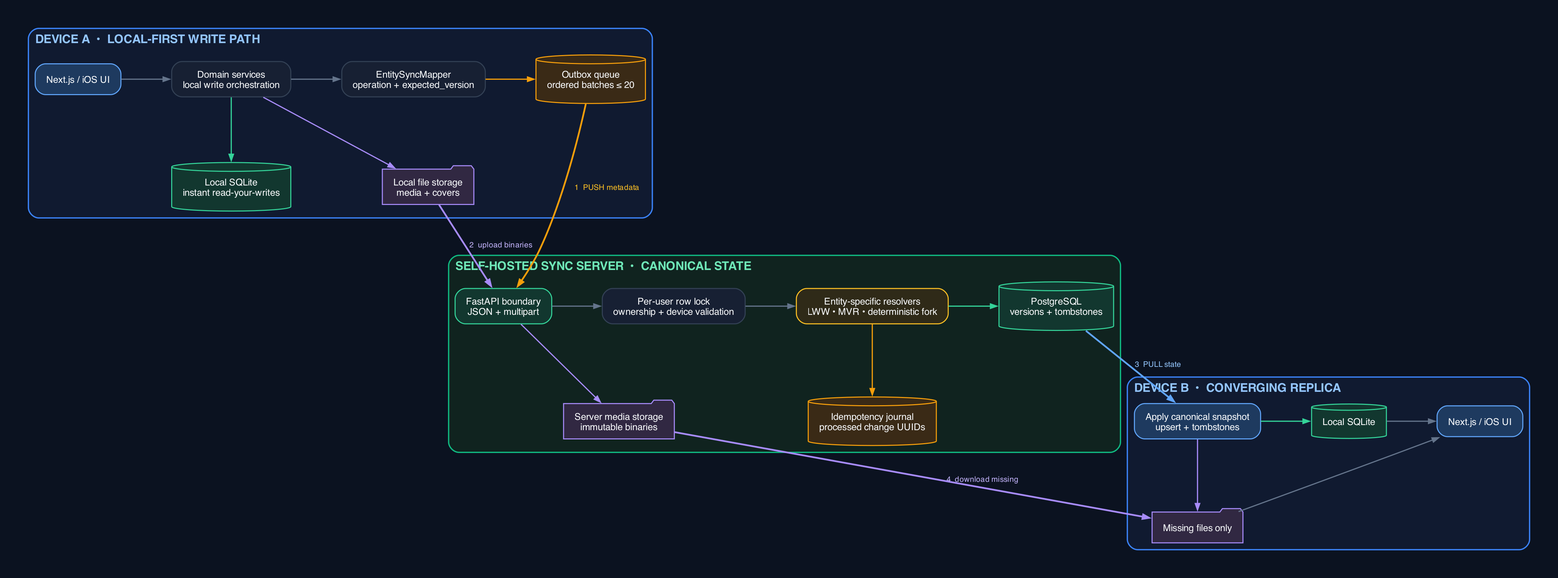
This is docs/architecture/continuum-sync-overview.png from danielsterzel/Continuum, a Graphviz export, as it was before one commit. Its source is kept beside it as docs/architecture/continuum-sync-overview.dot.
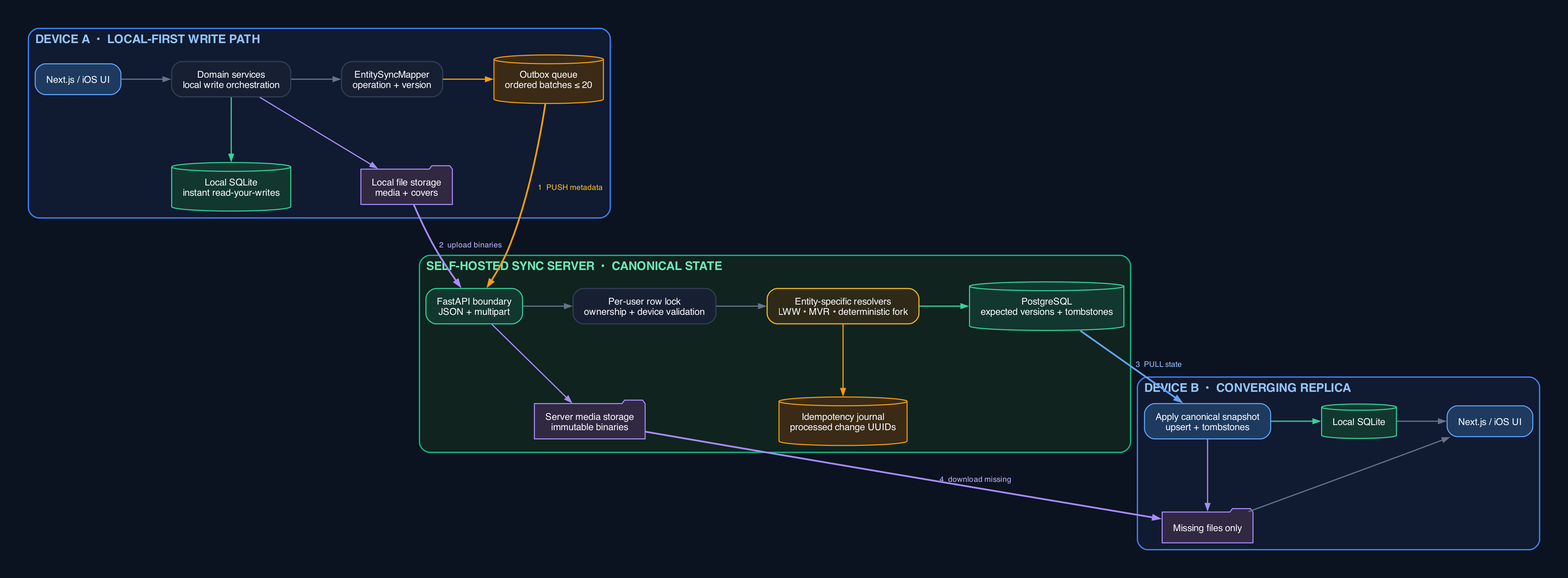
The same file after the commit.

What changed in the source:
```diff
@@ -48,7 +48,7 @@
     services [label="Domain services\nlocal write orchestration"];
     sqlite_a [label="Local SQLite\ninstant read-your-writes", shape=cylinder, fillcolor="#12372F", color="#34D399"];
     files_a [label="Local file storage\nmedia + covers", shape=folder, fillcolor="#312842", color="#A78BFA"];
-    mapper [label="EntitySyncMapper\noperation + expected_version"];
+    mapper [label="EntitySyncMapper\noperation + version"];
     outbox [label="Outbox queue\nordered batches ≤ 20", shape=cylinder, fillcolor="#3A2A16", color="#F59E0B"];
 
     ui_a -> services;
@@ -75,7 +75,7 @@
     api [label="FastAPI boundary\nJSON + multipart", fillcolor="#12372F", color="#34D399"];
     guard [label="Per-user row lock\nownership + device validation"];
     resolver [label="Entity-specific resolvers\nLWW • MVR • deterministic fork", fillcolor="#2F2A18", color="#FBBF24"];
-    postgres [label="PostgreSQL\nversions + tombstones", shape=cylinder, fillcolor="#12372F", color="#34D399"];
+    postgres [label="PostgreSQL\nexpected versions + tombstones", shape=cylinder, fillcolor="#12372F", color="#34D399"];
     journal [label="Idempotency journal\nprocessed change UUIDs", shape=cylinder, fillcolor="#3A2A16", color="#F59E0B"];
     blobs [label="Server media storage\nimmutable binaries", shape=folder, fillcolor="#312842", color="#A78BFA"];
 
```
